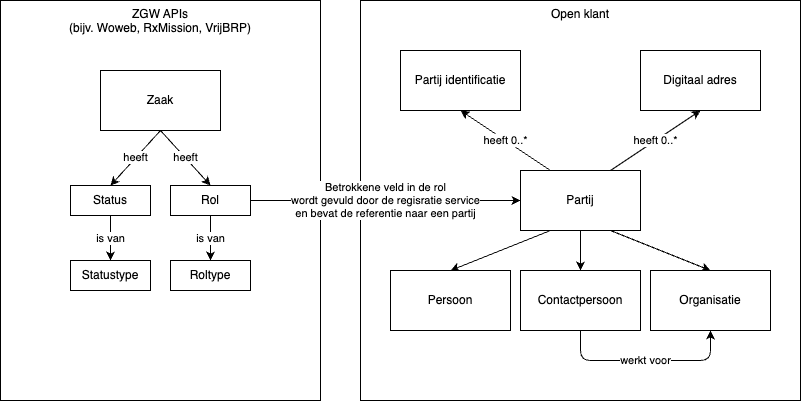
Earlier version of the draw.io export src/services/OpenKlantRegistrationService/docs/domain.drawio.png (GemeenteNijmegen/mijn-services). Source tidied: cells renumbered, new cells last; positions are measured from the earlier drawing's top-left corner, leaving out a move shared by most shapes. The source it was exported from:
```xml
<mxGraphModel background="#ffffff">
  <root>
    <mxCell id="0" />
    <mxCell id="1" parent="0" />
    <mxCell id="2" value="ZGW APIs&lt;br&gt;(bijv. Woweb, RxMission, VrijBRP)" style="rounded=0;whiteSpace=wrap;html=1;verticalAlign=top;" parent="1" vertex="1">
      <mxGeometry width="320" height="400" as="geometry" />
    </mxCell>
    <mxCell id="3" value="Open klant" style="rounded=0;whiteSpace=wrap;html=1;verticalAlign=top;" parent="1" vertex="1">
      <mxGeometry x="360" width="440" height="400" as="geometry" />
    </mxCell>
    <mxCell id="4" value="heeft" style="edgeStyle=none;html=1;exitX=0.5;exitY=1;exitDx=0;exitDy=0;entryX=0.5;entryY=0;entryDx=0;entryDy=0;" parent="1" edge="1" source="6" target="8">
      <mxGeometry relative="1" as="geometry" />
    </mxCell>
    <mxCell id="5" value="heeft" style="edgeStyle=none;html=1;exitX=0.5;exitY=1;exitDx=0;exitDy=0;entryX=0.5;entryY=0;entryDx=0;entryDy=0;" parent="1" edge="1" source="6" target="11">
      <mxGeometry relative="1" as="geometry" />
    </mxCell>
    <mxCell id="6" value="Zaak" style="rounded=0;whiteSpace=wrap;html=1;" parent="1" vertex="1">
      <mxGeometry x="100" y="70" width="120" height="60" as="geometry" />
    </mxCell>
    <mxCell id="7" value="is van" style="edgeStyle=none;html=1;exitX=0.5;exitY=1;exitDx=0;exitDy=0;" parent="1" edge="1" source="8" target="12">
      <mxGeometry relative="1" as="geometry" />
    </mxCell>
    <mxCell id="8" value="Status" style="rounded=0;whiteSpace=wrap;html=1;" parent="1" vertex="1">
      <mxGeometry x="70" y="185" width="80" height="30" as="geometry" />
    </mxCell>
    <mxCell id="9" value="is van" style="edgeStyle=none;html=1;" parent="1" edge="1" source="11" target="13">
      <mxGeometry relative="1" as="geometry" />
    </mxCell>
    <mxCell id="10" value="Betrokkene veld in de rol&lt;br&gt;wordt gevuld door de regisratie service&lt;br&gt;en bevat de referentie naar een partij" style="edgeStyle=none;html=1;entryX=0;entryY=0.5;entryDx=0;entryDy=0;" parent="1" edge="1" source="11" target="19">
      <mxGeometry relative="1" as="geometry">
        <Array as="points">
          <mxPoint x="410" y="200" />
        </Array>
      </mxGeometry>
    </mxCell>
    <mxCell id="11" value="Rol" style="rounded=0;whiteSpace=wrap;html=1;" parent="1" vertex="1">
      <mxGeometry x="170" y="185" width="80" height="30" as="geometry" />
    </mxCell>
    <mxCell id="12" value="Statustype" style="rounded=0;whiteSpace=wrap;html=1;" parent="1" vertex="1">
      <mxGeometry x="70" y="260" width="80" height="30" as="geometry" />
    </mxCell>
    <mxCell id="13" value="Roltype" style="rounded=0;whiteSpace=wrap;html=1;" parent="1" vertex="1">
      <mxGeometry x="170" y="260" width="80" height="30" as="geometry" />
    </mxCell>
    <mxCell id="14" style="edgeStyle=none;html=1;exitX=0.25;exitY=1;exitDx=0;exitDy=0;entryX=0.5;entryY=0;entryDx=0;entryDy=0;" parent="1" edge="1" source="19" target="20">
      <mxGeometry relative="1" as="geometry" />
    </mxCell>
    <mxCell id="15" style="edgeStyle=none;html=1;exitX=0.5;exitY=1;exitDx=0;exitDy=0;entryX=0.5;entryY=0;entryDx=0;entryDy=0;" parent="1" edge="1" source="19" target="23">
      <mxGeometry relative="1" as="geometry" />
    </mxCell>
    <mxCell id="16" style="edgeStyle=none;html=1;exitX=0.75;exitY=1;exitDx=0;exitDy=0;entryX=0.5;entryY=0;entryDx=0;entryDy=0;" parent="1" edge="1" source="19" target="21">
      <mxGeometry relative="1" as="geometry" />
    </mxCell>
    <mxCell id="17" value="heeft 0..*" style="edgeStyle=none;html=1;exitX=0.25;exitY=0;exitDx=0;exitDy=0;entryX=0.5;entryY=1;entryDx=0;entryDy=0;" parent="1" edge="1" source="19" target="25">
      <mxGeometry relative="1" as="geometry" />
    </mxCell>
    <mxCell id="18" value="heeft 0..*" style="edgeStyle=none;html=1;exitX=0.75;exitY=0;exitDx=0;exitDy=0;entryX=0.5;entryY=1;entryDx=0;entryDy=0;" parent="1" edge="1" source="19" target="24">
      <mxGeometry relative="1" as="geometry" />
    </mxCell>
    <mxCell id="19" value="Partij" style="rounded=0;whiteSpace=wrap;html=1;" parent="1" vertex="1">
      <mxGeometry x="520" y="170" width="120" height="60" as="geometry" />
    </mxCell>
    <mxCell id="20" value="Persoon" style="rounded=0;whiteSpace=wrap;html=1;" parent="1" vertex="1">
      <mxGeometry x="390" y="270" width="120" height="60" as="geometry" />
    </mxCell>
    <mxCell id="21" value="Organisatie" style="rounded=0;whiteSpace=wrap;html=1;" parent="1" vertex="1">
      <mxGeometry x="650" y="270" width="120" height="60" as="geometry" />
    </mxCell>
    <mxCell id="22" value="werkt voor" style="edgeStyle=none;html=1;exitX=0.5;exitY=1;exitDx=0;exitDy=0;entryX=0.5;entryY=1;entryDx=0;entryDy=0;" parent="1" edge="1" source="23" target="21">
      <mxGeometry relative="1" as="geometry">
        <Array as="points">
          <mxPoint x="580" y="360" />
          <mxPoint x="640" y="360" />
          <mxPoint x="710" y="360" />
        </Array>
      </mxGeometry>
    </mxCell>
    <mxCell id="23" value="Contactpersoon" style="rounded=0;whiteSpace=wrap;html=1;" parent="1" vertex="1">
      <mxGeometry x="520" y="270" width="120" height="60" as="geometry" />
    </mxCell>
    <mxCell id="24" value="Digitaal adres" style="rounded=0;whiteSpace=wrap;html=1;" parent="1" vertex="1">
      <mxGeometry x="640" y="50" width="120" height="60" as="geometry" />
    </mxCell>
    <mxCell id="25" value="Partij identificatie" style="rounded=0;whiteSpace=wrap;html=1;" parent="1" vertex="1">
      <mxGeometry x="400" y="50" width="120" height="60" as="geometry" />
    </mxCell>
  </root>
</mxGraphModel>
```
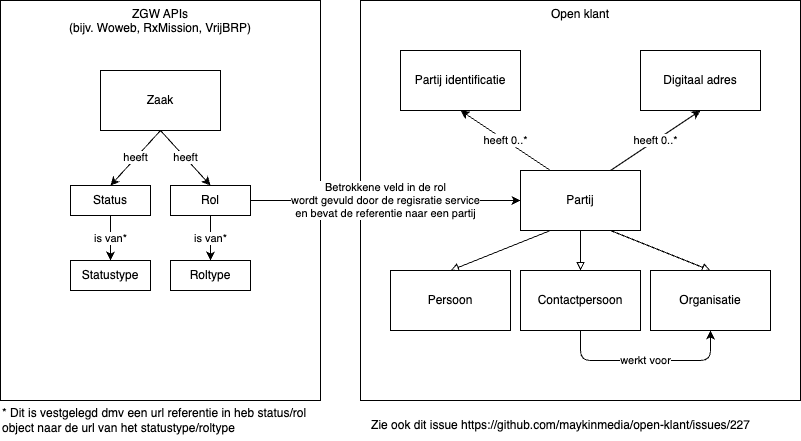
Later version of the same file.

Commit message:
docs: added some additional information about the models

The edit, as a diff of the source:
```diff
@@ -17,13 +17,13 @@
     <mxCell id="6" value="Zaak" style="rounded=0;whiteSpace=wrap;html=1;" parent="1" vertex="1">
       <mxGeometry x="100" y="70" width="120" height="60" as="geometry" />
     </mxCell>
-    <mxCell id="7" value="is van" style="edgeStyle=none;html=1;exitX=0.5;exitY=1;exitDx=0;exitDy=0;" parent="1" edge="1" source="8" target="12">
+    <mxCell id="7" value="is van*" style="edgeStyle=none;html=1;exitX=0.5;exitY=1;exitDx=0;exitDy=0;" parent="1" edge="1" source="8" target="12">
       <mxGeometry relative="1" as="geometry" />
     </mxCell>
     <mxCell id="8" value="Status" style="rounded=0;whiteSpace=wrap;html=1;" parent="1" vertex="1">
       <mxGeometry x="70" y="185" width="80" height="30" as="geometry" />
     </mxCell>
-    <mxCell id="9" value="is van" style="edgeStyle=none;html=1;" parent="1" edge="1" source="11" target="13">
+    <mxCell id="9" value="is van*" style="edgeStyle=none;html=1;" parent="1" edge="1" source="11" target="13">
       <mxGeometry relative="1" as="geometry" />
     </mxCell>
     <mxCell id="10" value="Betrokkene veld in de rol&lt;br&gt;wordt gevuld door de regisratie service&lt;br&gt;en bevat de referentie naar een partij" style="edgeStyle=none;html=1;entryX=0;entryY=0.5;entryDx=0;entryDy=0;" parent="1" edge="1" source="11" target="19">
@@ -42,13 +42,13 @@
     <mxCell id="13" value="Roltype" style="rounded=0;whiteSpace=wrap;html=1;" parent="1" vertex="1">
       <mxGeometry x="170" y="260" width="80" height="30" as="geometry" />
     </mxCell>
-    <mxCell id="14" style="edgeStyle=none;html=1;exitX=0.25;exitY=1;exitDx=0;exitDy=0;entryX=0.5;entryY=0;entryDx=0;entryDy=0;" parent="1" edge="1" source="19" target="20">
+    <mxCell id="14" style="edgeStyle=none;html=1;exitX=0.25;exitY=1;exitDx=0;exitDy=0;entryX=0.5;entryY=0;entryDx=0;entryDy=0;endArrow=block;endFill=0;" parent="1" edge="1" source="19" target="20">
       <mxGeometry relative="1" as="geometry" />
     </mxCell>
-    <mxCell id="15" style="edgeStyle=none;html=1;exitX=0.5;exitY=1;exitDx=0;exitDy=0;entryX=0.5;entryY=0;entryDx=0;entryDy=0;" parent="1" edge="1" source="19" target="23">
+    <mxCell id="15" style="edgeStyle=none;html=1;exitX=0.5;exitY=1;exitDx=0;exitDy=0;entryX=0.5;entryY=0;entryDx=0;entryDy=0;endArrow=block;endFill=0;" parent="1" edge="1" source="19" target="23">
       <mxGeometry relative="1" as="geometry" />
     </mxCell>
-    <mxCell id="16" style="edgeStyle=none;html=1;exitX=0.75;exitY=1;exitDx=0;exitDy=0;entryX=0.5;entryY=0;entryDx=0;entryDy=0;" parent="1" edge="1" source="19" target="21">
+    <mxCell id="16" style="edgeStyle=none;html=1;exitX=0.75;exitY=1;exitDx=0;exitDy=0;entryX=0.5;entryY=0;entryDx=0;entryDy=0;endArrow=block;endFill=0;" parent="1" edge="1" source="19" target="21">
       <mxGeometry relative="1" as="geometry" />
     </mxCell>
     <mxCell id="17" value="heeft 0..*" style="edgeStyle=none;html=1;exitX=0.25;exitY=0;exitDx=0;exitDy=0;entryX=0.5;entryY=1;entryDx=0;entryDy=0;" parent="1" edge="1" source="19" target="25">
@@ -84,5 +84,11 @@
     <mxCell id="25" value="Partij identificatie" style="rounded=0;whiteSpace=wrap;html=1;" parent="1" vertex="1">
       <mxGeometry x="400" y="50" width="120" height="60" as="geometry" />
     </mxCell>
+    <mxCell id="26" value="* Dit is vestgelegd dmv een url referentie in heb status/rol &lt;br&gt;object naar de url van het statustype/roltype" style="text;html=1;align=left;verticalAlign=middle;strokeColor=none;fillColor=none;" parent="1" vertex="1">
+      <mxGeometry y="400" width="330" height="40" as="geometry" />
+    </mxCell>
+    <mxCell id="27" value="Zie ook dit issue&amp;nbsp;https://github.com/maykinmedia/open-klant/issues/227" style="text;html=1;align=center;verticalAlign=middle;strokeColor=none;fillColor=none;" parent="1" vertex="1">
+      <mxGeometry x="360" y="410" width="400" height="30" as="geometry" />
+    </mxCell>
   </root>
 </mxGraphModel>
```
